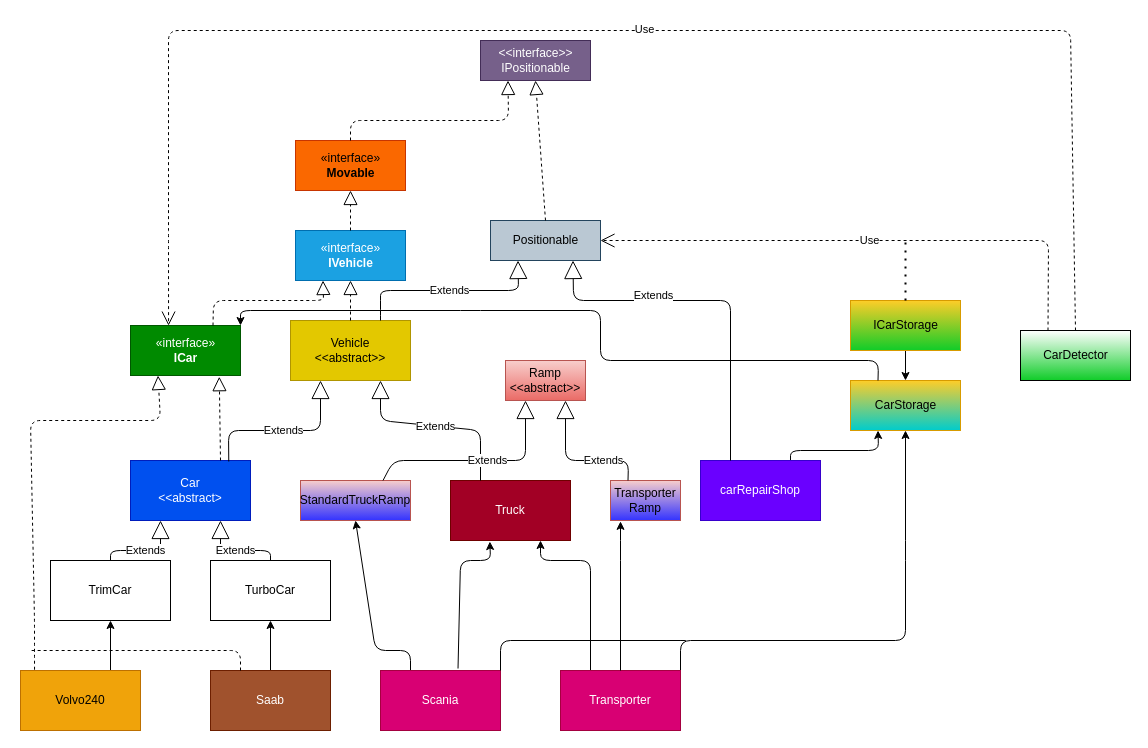
The draw.io diagram lab2_uml_diagram.drawio in linuskar/TDA553-lab3, before the edit. Source tidied: cells renumbered, new cells numbered last; positions are measured from the earlier drawing's top-left corner, leaving out a move shared by most shapes. Both pictures are drawn from the tidied source at 100%, with x=0, y=0 at pixel (20, 30).
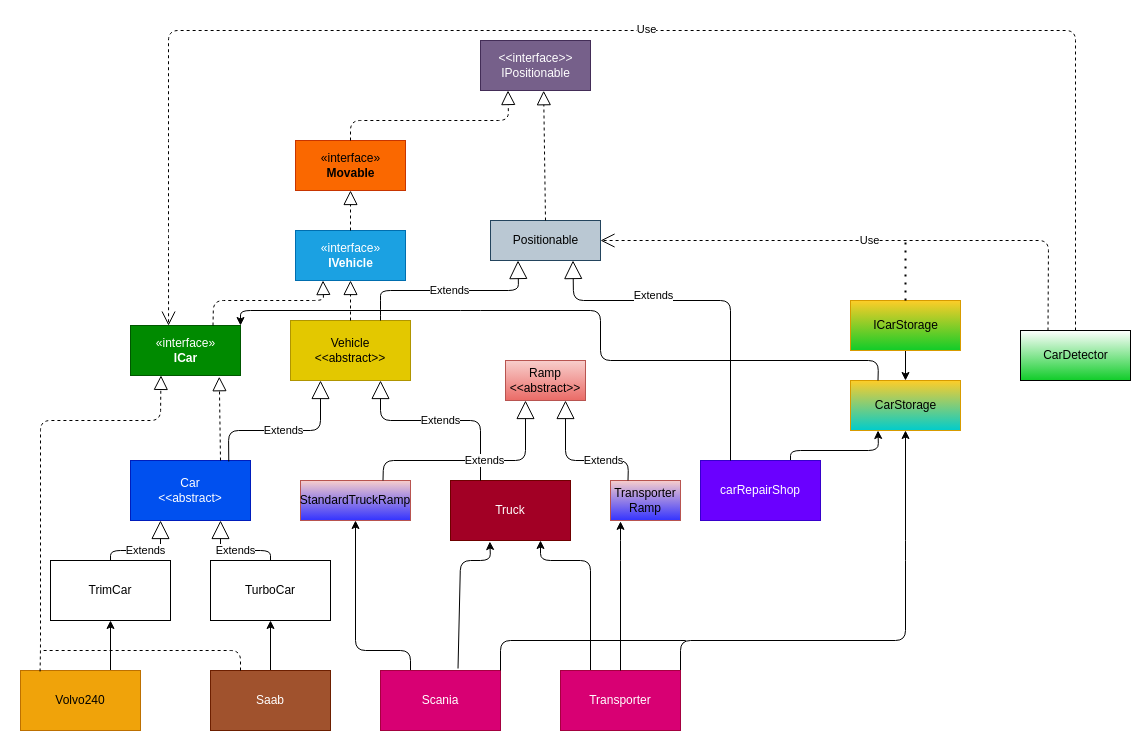
After the change.

The change refers to these unchanged cells:
```xml
<mxCell id="4" value="Truck" style="rounded=0;whiteSpace=wrap;html=1;fillColor=#a20025;fontColor=#ffffff;strokeColor=#6F0000;" parent="1" vertex="1">
  <mxGeometry x="430" y="450" width="120" height="60" as="geometry" />
</mxCell>
<mxCell id="6" value="Volvo240" style="rounded=0;whiteSpace=wrap;html=1;fillColor=#f0a30a;fontColor=#000000;strokeColor=#BD7000;" parent="1" vertex="1">
  <mxGeometry y="640" width="120" height="60" as="geometry" />
</mxCell>
<mxCell id="8" value="Saab" style="rounded=0;whiteSpace=wrap;html=1;fillColor=#a0522d;fontColor=#ffffff;strokeColor=#6D1F00;" parent="1" vertex="1">
  <mxGeometry x="190" y="640" width="120" height="60" as="geometry" />
</mxCell>
<mxCell id="10" value="Scania" style="rounded=0;whiteSpace=wrap;html=1;fillColor=#d80073;fontColor=#ffffff;strokeColor=#A50040;" parent="1" vertex="1">
  <mxGeometry x="360" y="640" width="120" height="60" as="geometry" />
</mxCell>
<mxCell id="14" value="Ramp&lt;br&gt;&amp;lt;&amp;lt;abstract&amp;gt;&amp;gt;" style="rounded=0;whiteSpace=wrap;html=1;fillColor=#f8cecc;gradientColor=#ea6b66;strokeColor=#b85450;" parent="1" vertex="1">
  <mxGeometry x="485" y="330" width="80" height="40" as="geometry" />
</mxCell>
<mxCell id="15" value="Vehicle&lt;br&gt;&amp;lt;&amp;lt;abstract&amp;gt;&amp;gt;" style="rounded=0;whiteSpace=wrap;html=1;fillColor=#e3c800;fontColor=#000000;strokeColor=#B09500;" parent="1" vertex="1">
  <mxGeometry x="270" y="290" width="120" height="60" as="geometry" />
</mxCell>
<mxCell id="17" value="Positionable" style="html=1;fillColor=#bac8d3;strokeColor=#23445d;" parent="1" vertex="1">
  <mxGeometry x="470" y="190" width="110" height="40" as="geometry" />
</mxCell>
<mxCell id="27" value="«interface»&lt;br&gt;&lt;b&gt;ICar&lt;/b&gt;" style="html=1;fillColor=#008a00;fontColor=#ffffff;strokeColor=#005700;" parent="1" vertex="1">
  <mxGeometry x="110" y="295" width="110" height="50" as="geometry" />
</mxCell>
<mxCell id="29" value="CarDetector" style="html=1;gradientColor=#10CC29;" parent="1" vertex="1">
  <mxGeometry x="1000" y="300" width="110" height="50" as="geometry" />
</mxCell>
<mxCell id="47" value="StandardTruckRamp" style="rounded=0;whiteSpace=wrap;html=1;fillColor=#f8cecc;gradientColor=#3333FF;strokeColor=#b85450;" parent="1" vertex="1">
  <mxGeometry x="280" y="450" width="110" height="40" as="geometry" />
</mxCell>
```

Change to the diagram source:
```diff
@@
     <mxCell id="3" style="edgeStyle=none;html=1;exitX=0.25;exitY=0;exitDx=0;exitDy=0;entryX=0.5;entryY=1;entryDx=0;entryDy=0;" parent="1" edge="1" source="10" target="47">
       <mxGeometry relative="1" as="geometry">
         <Array as="points">
           <mxPoint x="390" y="620" />
-          <mxPoint x="355" y="620" />
+          <mxPoint x="335" y="620" />
         </Array>
       </mxGeometry>
     </mxCell>
@@
     <mxCell id="24" value="&amp;lt;&amp;lt;interface&amp;gt;&amp;gt;&lt;br&gt;IPositionable" style="html=1;fillColor=#76608a;strokeColor=#432D57;fontColor=#ffffff;" parent="1" vertex="1">
-      <mxGeometry x="460" y="10" width="110" height="40" as="geometry" />
+      <mxGeometry x="460" y="10" width="110" height="50" as="geometry" />
     </mxCell>
@@
-    <mxCell id="30" style="endArrow=block;dashed=1;endFill=0;endSize=12;html=1;exitX=0.117;exitY=-0.013;exitDx=0;exitDy=0;entryX=0.25;entryY=1;entryDx=0;entryDy=0;exitPerimeter=0;" parent="1" edge="1" source="6" target="27">
+    <mxCell id="30" style="endArrow=block;dashed=1;endFill=0;endSize=12;html=1;exitX=0.163;exitY=0.016;exitDx=0;exitDy=0;entryX=0.277;entryY=0.998;entryDx=0;entryDy=0;exitPerimeter=0;entryPerimeter=0;" parent="1" edge="1" source="6" target="27">
       <mxGeometry relative="1" as="geometry">
         <Array as="points">
-          <mxPoint x="14" y="620" />
-          <mxPoint x="14" y="590" />
-          <mxPoint x="10" y="390" />
+          <mxPoint x="20" y="620" />
+          <mxPoint x="20" y="390" />
           <mxPoint x="140" y="390" />
         </Array>
       </mxGeometry>
     </mxCell>
@@
     <mxCell id="35" value="Extends" style="endArrow=block;endSize=16;endFill=0;html=1;exitX=0.25;exitY=0;exitDx=0;exitDy=0;entryX=0.75;entryY=1;entryDx=0;entryDy=0;" parent="1" edge="1" source="4" target="15">
       <mxGeometry relative="1" as="geometry">
         <Array as="points">
-          <mxPoint x="460" y="400" />
+          <mxPoint x="460" y="390" />
           <mxPoint x="360" y="390" />
         </Array>
       </mxGeometry>
     </mxCell>
@@
-    <mxCell id="39" style="endArrow=block;dashed=1;endFill=0;endSize=12;html=1;exitX=0.5;exitY=0;exitDx=0;exitDy=0;entryX=0.5;entryY=1;entryDx=0;entryDy=0;" parent="1" edge="1" source="17" target="24">
+    <mxCell id="39" style="endArrow=block;dashed=1;endFill=0;endSize=12;html=1;exitX=0.5;exitY=0;exitDx=0;exitDy=0;entryX=0.574;entryY=1.004;entryDx=0;entryDy=0;entryPerimeter=0;" parent="1" edge="1" source="17" target="24">
       <mxGeometry relative="1" as="geometry" />
     </mxCell>
@@
     <mxCell id="42" value="Use" style="endArrow=open;endSize=12;dashed=1;html=1;exitX=0.5;exitY=0;exitDx=0;exitDy=0;entryX=0.346;entryY=0.002;entryDx=0;entryDy=0;entryPerimeter=0;" parent="1" edge="1" source="29" target="27">
       <mxGeometry x="-0.03" y="-1" relative="1" as="geometry">
         <Array as="points">
-          <mxPoint x="1050" />
+          <mxPoint x="1055" />
           <mxPoint x="148" />
           <mxPoint x="148" y="120" />
           <mxPoint x="148" y="210" />
         </Array>
       </mxGeometry>
     </mxCell>
@@
     <mxCell id="49" value="Extends" style="endArrow=block;endSize=16;endFill=0;html=1;exitX=0.75;exitY=0;exitDx=0;exitDy=0;entryX=0.25;entryY=1;entryDx=0;entryDy=0;" parent="1" edge="1" source="47" target="14">
       <mxGeometry x="0.09" relative="1" as="geometry">
         <Array as="points">
-          <mxPoint x="373" y="430" />
+          <mxPoint x="363" y="430" />
           <mxPoint x="505" y="430" />
         </Array>
       </mxGeometry>
     </mxCell>
@@
     <mxCell id="52" style="endArrow=none;dashed=1;html=1;exitX=0.25;exitY=0;exitDx=0;exitDy=0;" parent="1" edge="1" source="8">
       <mxGeometry relative="1" as="geometry">
-        <mxPoint x="10" y="620" as="targetPoint" />
+        <mxPoint x="20" y="620" as="targetPoint" />
         <Array as="points">
           <mxPoint x="220" y="620" />
         </Array>
       </mxGeometry>
     </mxCell>
```
